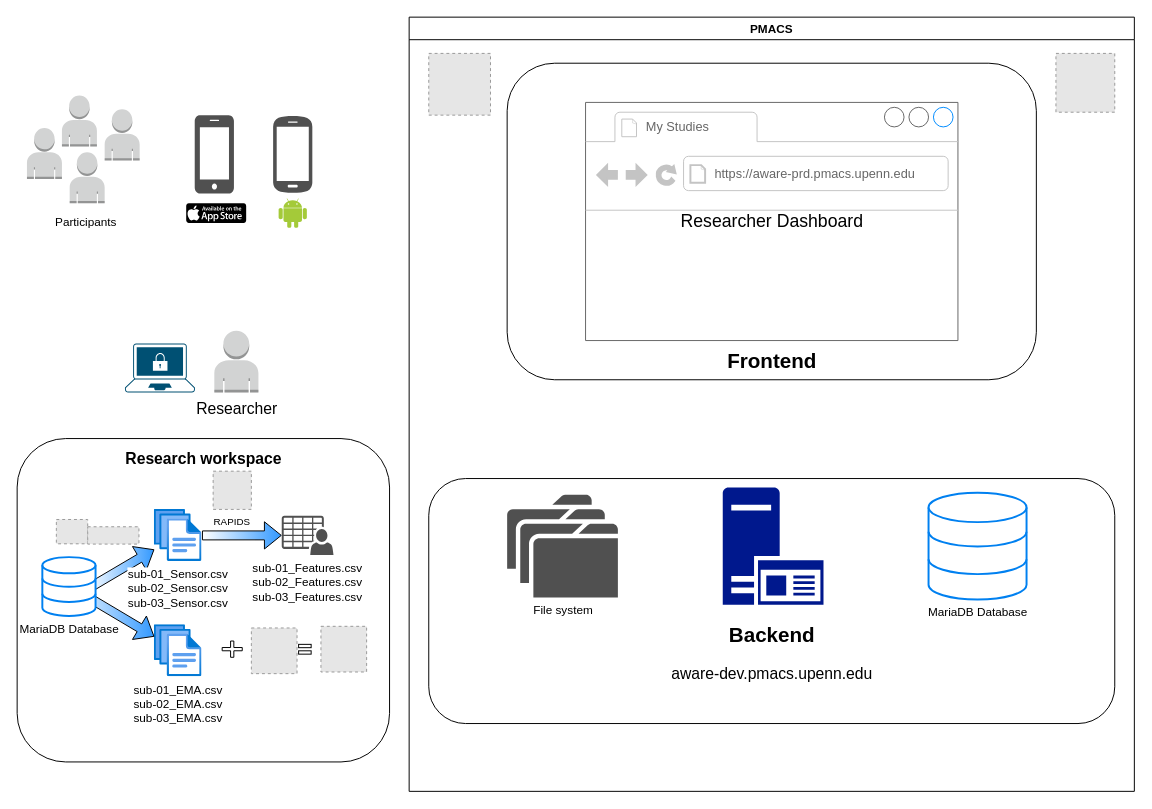
Above: assets/drawio/infrastructure.drawio in jessiew1/mobilephenomics (draw.io), before the change. Source tidied: cells renumbered, new cells numbered last; positions are measured from the earlier drawing's top-left corner, leaving out a move shared by most shapes. Both pictures are drawn from the tidied source at 98%, with x=0, y=0 at pixel (17, 17). Pictures stored in the file or linked from it are replaced by grey dashed boxes.
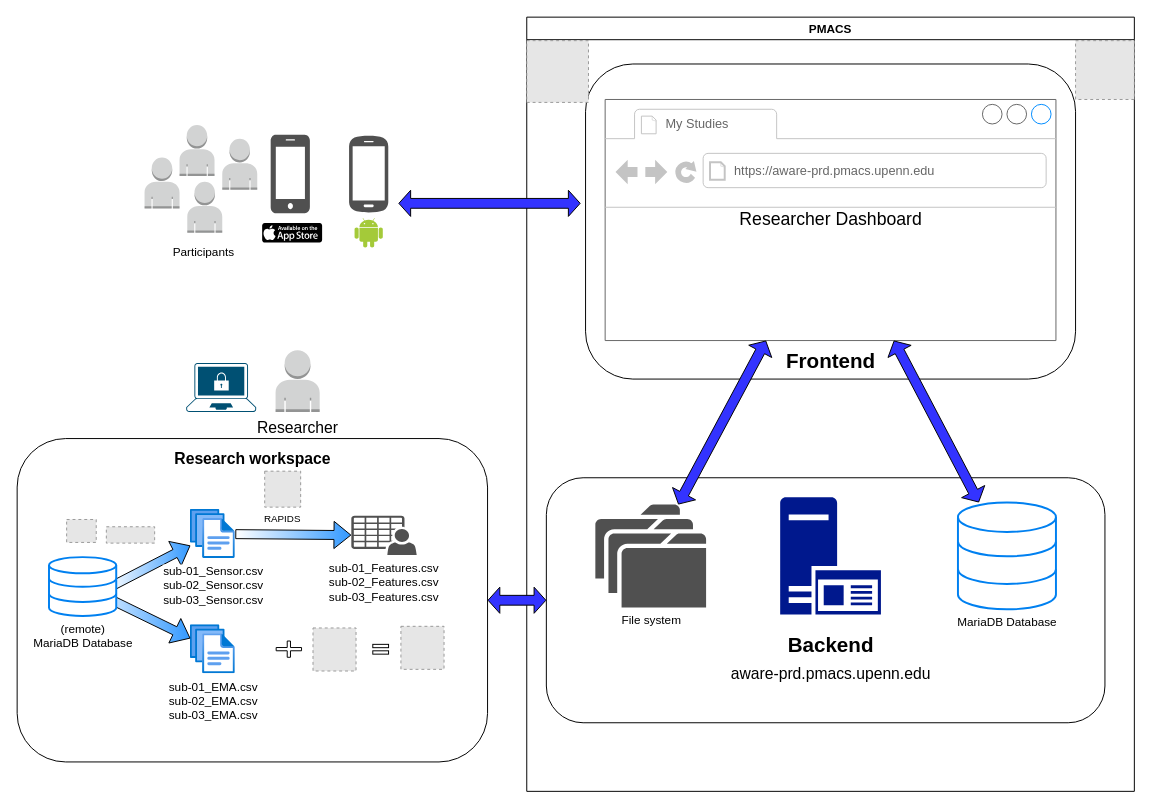
The same diagram, later.

Commit message (it also covers changes not shown here):
add finished schematic

The edit, as a diff of the source:
```diff
@@
     <mxCell id="2" style="group;" parent="1" vertex="1">
-      <mxGeometry y="430" width="380" height="350" as="geometry" />
+      <mxGeometry y="430" width="480" height="350" as="geometry" />
     </mxCell>
     <mxCell id="3" style="rounded=1;whiteSpace=wrap;html=1;gradientColor=#ffffff;verticalAlign=bottom;" parent="2" vertex="1">
-      <mxGeometry width="380" height="330" as="geometry" />
+      <mxGeometry width="480" height="330" as="geometry" />
     </mxCell>
     <mxCell id="4" value="sub-01_Features.csv&lt;br&gt;sub-02_Features.csv&lt;br&gt;sub-03_Features.csv" style="shadow=0;dashed=0;html=1;strokeColor=none;fillColor=#505050;labelPosition=center;verticalLabelPosition=bottom;verticalAlign=top;outlineConnect=0;align=center;shape=mxgraph.office.users.csv_file;" parent="2" vertex="1">
-      <mxGeometry x="270" y="78.8" width="52.8" height="40" as="geometry" />
+      <mxGeometry x="341" y="78.8" width="66.7" height="40" as="geometry" />
     </mxCell>
@@
     <mxCell id="6" value="sub-01_Sensor.csv&lt;br&gt;sub-02_Sensor.csv&lt;br&gt;sub-03_Sensor.csv" style="html=1;points=[];align=center;image;fontSize=12;image=img/lib/azure2/general/Files.svg;" parent="2" vertex="1">
-      <mxGeometry x="140" y="72.3" width="48.6" height="53.1" as="geometry" />
+      <mxGeometry x="176.8" y="72.3" width="45.8" height="50.1" as="geometry" />
     </mxCell>
     <mxCell id="7" style="fillColor=#E6E6E6;strokeColor=#999999;dashed=1;verticalLabelPosition=bottom;labelBackgroundColor=#ffffff;verticalAlign=top;" parent="2" vertex="1">
-      <mxGeometry x="40" y="82.6" width="32" height="24.8" as="geometry" />
+      <mxGeometry x="50.5" y="82.6" width="30.2" height="23.4" as="geometry" />
     </mxCell>
     <mxCell id="8" style="fillColor=#E6E6E6;strokeColor=#999999;dashed=1;verticalLabelPosition=bottom;labelBackgroundColor=#ffffff;verticalAlign=top;" parent="2" vertex="1">
-      <mxGeometry x="72" y="90" width="52.3" height="17.7" as="geometry" />
+      <mxGeometry x="91" y="90" width="49.3" height="16.7" as="geometry" />
     </mxCell>
     <mxCell id="9" value="RAPIDS" style="fillColor=#E6E6E6;strokeColor=#999999;dashed=1;verticalLabelPosition=bottom;labelBackgroundColor=none;verticalAlign=top;fontSize=10;" parent="2" vertex="1">
-      <mxGeometry x="200" y="33.3" width="39" height="39" as="geometry" />
+      <mxGeometry x="252.6" y="33.3" width="36.7" height="36.7" as="geometry" />
     </mxCell>
@@
     <mxCell id="11" value="&lt;b&gt;Research workspace&lt;/b&gt;" style="text;html=1;align=center;verticalAlign=middle;fillColor=none;strokeColor=none;rounded=0;dashed=1;fontSize=16;" parent="2" vertex="1">
-      <mxGeometry x="105" y="10" width="170" height="20" as="geometry" />
+      <mxGeometry x="155" y="10" width="170" height="20" as="geometry" />
     </mxCell>
     <mxCell id="12" value="sub-01_EMA.csv&lt;br&gt;sub-02_EMA.csv&lt;br&gt;sub-03_EMA.csv" style="html=1;points=[];align=center;image;fontSize=12;image=img/lib/azure2/general/Files.svg;" parent="2" vertex="1">
-      <mxGeometry x="140" y="190" width="48.6" height="53.1" as="geometry" />
+      <mxGeometry x="176.8" y="190" width="45.8" height="50.1" as="geometry" />
     </mxCell>
@@
-    <mxCell id="14" value="&lt;font color=&quot;#000000&quot;&gt;MariaDB Database&lt;/font&gt;" style="html=1;verticalLabelPosition=bottom;align=center;labelBackgroundColor=#ffffff;verticalAlign=top;strokeWidth=2;strokeColor=#0080F0;shadow=0;dashed=0;shape=mxgraph.ios7.icons.data;" parent="2" vertex="1">
-      <mxGeometry x="25.7" y="121" width="54.3" height="60" as="geometry" />
+    <mxCell id="14" value="&lt;font color=&quot;#000000&quot;&gt;(remote)&lt;br&gt;MariaDB Database&lt;/font&gt;" style="html=1;verticalLabelPosition=bottom;align=center;labelBackgroundColor=#ffffff;verticalAlign=top;strokeWidth=2;strokeColor=#0080F0;shadow=0;dashed=0;shape=mxgraph.ios7.icons.data;" parent="2" vertex="1">
+      <mxGeometry x="32.5" y="121" width="68.6" height="60" as="geometry" />
     </mxCell>
     <mxCell id="15" style="fillColor=#E6E6E6;strokeColor=#999999;dashed=1;verticalLabelPosition=bottom;labelBackgroundColor=#ffffff;verticalAlign=top;" parent="2" vertex="1">
-      <mxGeometry x="239" y="193.3" width="46.6" height="46.6" as="geometry" />
+      <mxGeometry x="301.9" y="193.3" width="43.9" height="43.9" as="geometry" />
     </mxCell>
     <mxCell id="16" style="shape=cross;whiteSpace=wrap;html=1;fontSize=16;" parent="2" vertex="1">
-      <mxGeometry x="209.2" y="206.6" width="20.5" height="16.6" as="geometry" />
+      <mxGeometry x="264.3" y="206.6" width="25.9" height="16.6" as="geometry" />
     </mxCell>
     <mxCell id="17" style="group;" parent="2" vertex="1">
-      <mxGeometry x="310" y="206.6" width="12.8" height="10" as="geometry" />
+      <mxGeometry x="391.6" y="206.6" width="16.1" height="10" as="geometry" />
     </mxCell>
     <mxCell id="18" style="group;" parent="17" vertex="1">
-      <mxGeometry x="-10" y="3.4" width="12.8" height="10" as="geometry" />
+      <mxGeometry x="-12.6" y="3.4" width="16.1" height="10" as="geometry" />
     </mxCell>
     <mxCell id="19" style="rounded=0;whiteSpace=wrap;html=1;fontSize=16;" parent="18" vertex="1">
-      <mxGeometry x="-12.8" width="12.8" height="3.4" as="geometry" />
+      <mxGeometry x="-16.1" width="16.1" height="3.4" as="geometry" />
     </mxCell>
     <mxCell id="20" style="rounded=0;whiteSpace=wrap;html=1;fontSize=16;" parent="18" vertex="1">
-      <mxGeometry x="-12.8" y="6.6" width="12.8" height="3.4" as="geometry" />
+      <mxGeometry x="-16.1" y="6.6" width="16.1" height="3.4" as="geometry" />
     </mxCell>
     <mxCell id="21" style="fillColor=#E6E6E6;strokeColor=#999999;dashed=1;verticalLabelPosition=bottom;labelBackgroundColor=#ffffff;verticalAlign=top;" parent="2" vertex="1">
-      <mxGeometry x="310" y="191.6" width="46.6" height="46.6" as="geometry" />
+      <mxGeometry x="391.6" y="191.6" width="44" height="43.9" as="geometry" />
     </mxCell>
     <mxCell id="22" value="PMACS" style="swimlane;" parent="1" vertex="1">
-      <mxGeometry x="400" width="740" height="790" as="geometry" />
+      <mxGeometry x="520" width="620" height="790" as="geometry" />
     </mxCell>
     <mxCell id="23" style="rounded=1;whiteSpace=wrap;html=1;" parent="22" vertex="1">
-      <mxGeometry x="20" y="470.8" width="700" height="250" as="geometry" />
+      <mxGeometry x="20" y="470" width="570" height="250" as="geometry" />
     </mxCell>
     <mxCell id="24" value="&lt;font color=&quot;#000000&quot;&gt;MariaDB Database&lt;/font&gt;" style="html=1;verticalLabelPosition=bottom;align=center;labelBackgroundColor=#ffffff;verticalAlign=top;strokeWidth=2;strokeColor=#0080F0;shadow=0;dashed=0;shape=mxgraph.ios7.icons.data;" parent="22" vertex="1">
-      <mxGeometry x="530" y="485.2" width="100" height="109.1" as="geometry" />
+      <mxGeometry x="440" y="495.2" width="100" height="109.1" as="geometry" />
     </mxCell>
     <mxCell id="25" value="File system" style="sketch=0;shadow=0;dashed=0;html=1;strokeColor=none;fillColor=#505050;labelPosition=center;verticalLabelPosition=bottom;verticalAlign=top;outlineConnect=0;align=center;shape=mxgraph.office.concepts.folders;fontColor=#000000;" parent="22" vertex="1">
-      <mxGeometry x="100" y="487.3" width="113" height="105" as="geometry" />
+      <mxGeometry x="70" y="497.3" width="113" height="105" as="geometry" />
     </mxCell>
     <mxCell id="26" style="sketch=0;shadow=0;dashed=0;html=1;strokeColor=none;labelPosition=center;verticalLabelPosition=bottom;verticalAlign=top;align=center;fillColor=#00188D;shape=mxgraph.mscae.enterprise.application_server2;fontColor=#000000;" parent="22" vertex="1">
-      <mxGeometry x="320" y="480" width="102.8" height="119.5" as="geometry" />
+      <mxGeometry x="258.6" y="490" width="102.8" height="119.5" as="geometry" />
     </mxCell>
     <mxCell id="27" style="rounded=1;whiteSpace=wrap;html=1;" parent="22" vertex="1">
-      <mxGeometry x="100" y="47" width="540" height="323" as="geometry" />
+      <mxGeometry x="60" y="47.8" width="500" height="321.5" as="geometry" />
     </mxCell>
     <mxCell id="28" value="&lt;font style=&quot;font-size: 18px&quot;&gt;Researcher Dashboard&lt;/font&gt;" style="strokeWidth=1;shadow=0;dashed=0;align=center;html=1;shape=mxgraph.mockup.containers.browserWindow;rSize=0;strokeColor=#666666;strokeColor2=#008cff;strokeColor3=#c4c4c4;mainText=,;fontSize=13;" parent="22" vertex="1">
-      <mxGeometry x="180" y="87" width="380" height="243" as="geometry" />
+      <mxGeometry x="80" y="84" width="460" height="246" as="geometry" />
     </mxCell>
@@
     <mxCell id="31" value="&lt;b&gt;&lt;font style=&quot;font-size: 21px&quot;&gt;Frontend&lt;/font&gt;&lt;/b&gt;" style="text;html=1;align=center;verticalAlign=middle;fillColor=none;strokeColor=none;rounded=0;" parent="22" vertex="1">
-      <mxGeometry x="315" y="340" width="110" height="20" as="geometry" />
+      <mxGeometry x="255" y="340" width="110" height="20" as="geometry" />
     </mxCell>
     <mxCell id="32" style="fillColor=#E6E6E6;strokeColor=#999999;dashed=1;verticalLabelPosition=bottom;labelBackgroundColor=#ffffff;verticalAlign=top;" parent="22" vertex="1">
-      <mxGeometry x="660" y="37" width="60" height="60" as="geometry" />
+      <mxGeometry x="560" y="24" width="60" height="60" as="geometry" />
     </mxCell>
     <mxCell id="33" style="fillColor=#E6E6E6;strokeColor=#999999;dashed=1;verticalLabelPosition=bottom;labelBackgroundColor=#ffffff;verticalAlign=top;" parent="22" vertex="1">
-      <mxGeometry x="20" y="37" width="63" height="63" as="geometry" />
+      <mxGeometry y="24" width="63" height="63" as="geometry" />
     </mxCell>
     <mxCell id="34" value="&lt;b&gt;&lt;font style=&quot;font-size: 21px&quot;&gt;Backend&lt;/font&gt;&lt;/b&gt;" style="text;html=1;align=center;verticalAlign=middle;fillColor=none;strokeColor=none;rounded=0;" parent="22" vertex="1">
-      <mxGeometry x="320" y="620" width="100" height="20" as="geometry" />
+      <mxGeometry x="260" y="630" width="100" height="20" as="geometry" />
     </mxCell>
-    <mxCell id="35" value="&lt;span style=&quot;font-size: 16px;&quot;&gt;aware-dev.pmacs.upenn.edu&lt;/span&gt;" style="text;html=1;align=center;verticalAlign=middle;fillColor=none;strokeColor=none;rounded=0;fontSize=16;" parent="22" vertex="1">
-      <mxGeometry x="260" y="660" width="220" height="20" as="geometry" />
+    <mxCell id="35" value="&lt;span style=&quot;font-size: 16px&quot;&gt;aware-prd.pmacs.upenn.edu&lt;/span&gt;" style="text;html=1;align=center;verticalAlign=middle;fillColor=none;strokeColor=none;rounded=0;fontSize=16;" parent="22" vertex="1">
+      <mxGeometry x="200" y="660" width="220" height="20" as="geometry" />
     </mxCell>
-    <mxCell id="36" style="dashed=0;html=1;align=center;labelPosition=center;verticalLabelPosition=bottom;verticalAlign=top;shape=mxgraph.weblogos.android;fillColor=#A4CA39;strokeColor=none;" parent="1" vertex="1">
-      <mxGeometry x="266.8" y="185" width="28.8" height="30" as="geometry" />
-    </mxCell>
-    <mxCell id="37" style="sketch=0;shadow=0;dashed=0;html=1;strokeColor=none;fillColor=#505050;labelPosition=center;verticalLabelPosition=bottom;verticalAlign=top;align=center;shape=mxgraph.office.devices.cell_phone_android_standalone;" parent="1" vertex="1">
-      <mxGeometry x="261.2" y="100" width="40" height="80" as="geometry" />
-    </mxCell>
-    <mxCell id="38" style="dashed=0;html=1;align=center;labelPosition=center;verticalLabelPosition=bottom;verticalAlign=top;shape=mxgraph.weblogos.app_store;fillColor=#000000;strokeColor=none;fontColor=#000000;" parent="1" vertex="1">
-      <mxGeometry x="172.5" y="190" width="61.2" height="20" as="geometry" />
-    </mxCell>
-    <mxCell id="39" style="sketch=0;shadow=0;dashed=0;html=1;strokeColor=none;fillColor=#505050;labelPosition=center;verticalLabelPosition=bottom;verticalAlign=top;align=center;shape=mxgraph.office.devices.cell_phone_iphone_standalone;" parent="1" vertex="1">
-      <mxGeometry x="181.2" y="100" width="40" height="80" as="geometry" />
-    </mxCell>
+    <mxCell id="49" style="shape=flexArrow;endArrow=classic;startArrow=classic;html=1;fontSize=16;endWidth=15.65217391304348;endSize=3.6739130434782608;startWidth=15.65217391304348;startSize=3.6739130434782608;fillColor=#3333FF;" parent="22" edge="1" source="28" target="24">
+      <mxGeometry relative="1" as="geometry" />
+    </mxCell>
+    <mxCell id="50" style="shape=flexArrow;endArrow=classic;startArrow=classic;html=1;fontSize=16;endWidth=15.65217391304348;endSize=3.6739130434782608;startWidth=15.65217391304348;startSize=3.6739130434782608;fillColor=#3333FF;" parent="22" edge="1" source="28" target="25">
+      <mxGeometry relative="1" as="geometry" />
+    </mxCell>
     <mxCell id="40" style="group;" parent="1" vertex="1">
-      <mxGeometry x="10" y="80" width="115" height="140" as="geometry" />
+      <mxGeometry x="130" y="110" width="115" height="140" as="geometry" />
     </mxCell>
@@
     <mxCell id="47" style="verticalLabelPosition=bottom;sketch=0;html=1;verticalAlign=top;align=center;shape=mxgraph.cisco19.secure_endpoints;fillColor=#005073;strokeColor=none;dashed=1;fontSize=16;" parent="1" vertex="1">
-      <mxGeometry x="110" y="333" width="71.4" height="50" as="geometry" />
+      <mxGeometry x="172.5" y="353" width="71.4" height="50" as="geometry" />
     </mxCell>
     <mxCell id="48" value="Researcher" style="dashed=0;verticalLabelPosition=bottom;verticalAlign=top;align=center;html=1;shape=mxgraph.aws3.user;fillColor=#D2D3D3;gradientColor=none;fontSize=16;" parent="1" vertex="1">
-      <mxGeometry x="201.2" y="320" width="45" height="63" as="geometry" />
+      <mxGeometry x="263.7" y="340" width="45" height="63" as="geometry" />
     </mxCell>
+    <mxCell id="51" style="shape=flexArrow;endArrow=classic;startArrow=classic;html=1;fontSize=16;exitX=1;exitY=0.5;exitDx=0;exitDy=0;entryX=0;entryY=0.5;entryDx=0;entryDy=0;endWidth=15.65217391304348;endSize=3.6739130434782608;startWidth=15.65217391304348;startSize=3.6739130434782608;fillColor=#3333FF;" parent="1" edge="1" source="3" target="23">
+      <mxGeometry relative="1" as="geometry" />
+    </mxCell>
+    <mxCell id="52" style="group;" parent="1" vertex="1">
+      <mxGeometry x="250" y="120" width="128.7" height="115" as="geometry" />
+    </mxCell>
+    <mxCell id="36" style="dashed=0;html=1;align=center;labelPosition=center;verticalLabelPosition=bottom;verticalAlign=top;shape=mxgraph.weblogos.android;fillColor=#A4CA39;strokeColor=none;" parent="52" vertex="1">
+      <mxGeometry x="94.3" y="85" width="28.8" height="30" as="geometry" />
+    </mxCell>
+    <mxCell id="37" style="sketch=0;shadow=0;dashed=0;html=1;strokeColor=none;fillColor=#505050;labelPosition=center;verticalLabelPosition=bottom;verticalAlign=top;align=center;shape=mxgraph.office.devices.cell_phone_android_standalone;" parent="52" vertex="1">
+      <mxGeometry x="88.7" width="40" height="80" as="geometry" />
+    </mxCell>
+    <mxCell id="38" style="dashed=0;html=1;align=center;labelPosition=center;verticalLabelPosition=bottom;verticalAlign=top;shape=mxgraph.weblogos.app_store;fillColor=#000000;strokeColor=none;fontColor=#000000;" parent="52" vertex="1">
+      <mxGeometry y="90" width="61.2" height="20" as="geometry" />
+    </mxCell>
+    <mxCell id="39" style="sketch=0;shadow=0;dashed=0;html=1;strokeColor=none;fillColor=#505050;labelPosition=center;verticalLabelPosition=bottom;verticalAlign=top;align=center;shape=mxgraph.office.devices.cell_phone_iphone_standalone;" parent="52" vertex="1">
+      <mxGeometry x="8.7" width="40" height="80" as="geometry" />
+    </mxCell>
+    <mxCell id="53" style="shape=flexArrow;endArrow=classic;startArrow=classic;html=1;fontSize=16;endWidth=15.65217391304348;endSize=3.6739130434782608;startWidth=15.65217391304348;startSize=3.6739130434782608;fillColor=#3333FF;" parent="1" edge="1">
+      <mxGeometry relative="1" as="geometry">
+        <mxPoint x="389" y="190" as="sourcePoint" />
+        <mxPoint x="575" y="190" as="targetPoint" />
+      </mxGeometry>
+    </mxCell>
```
